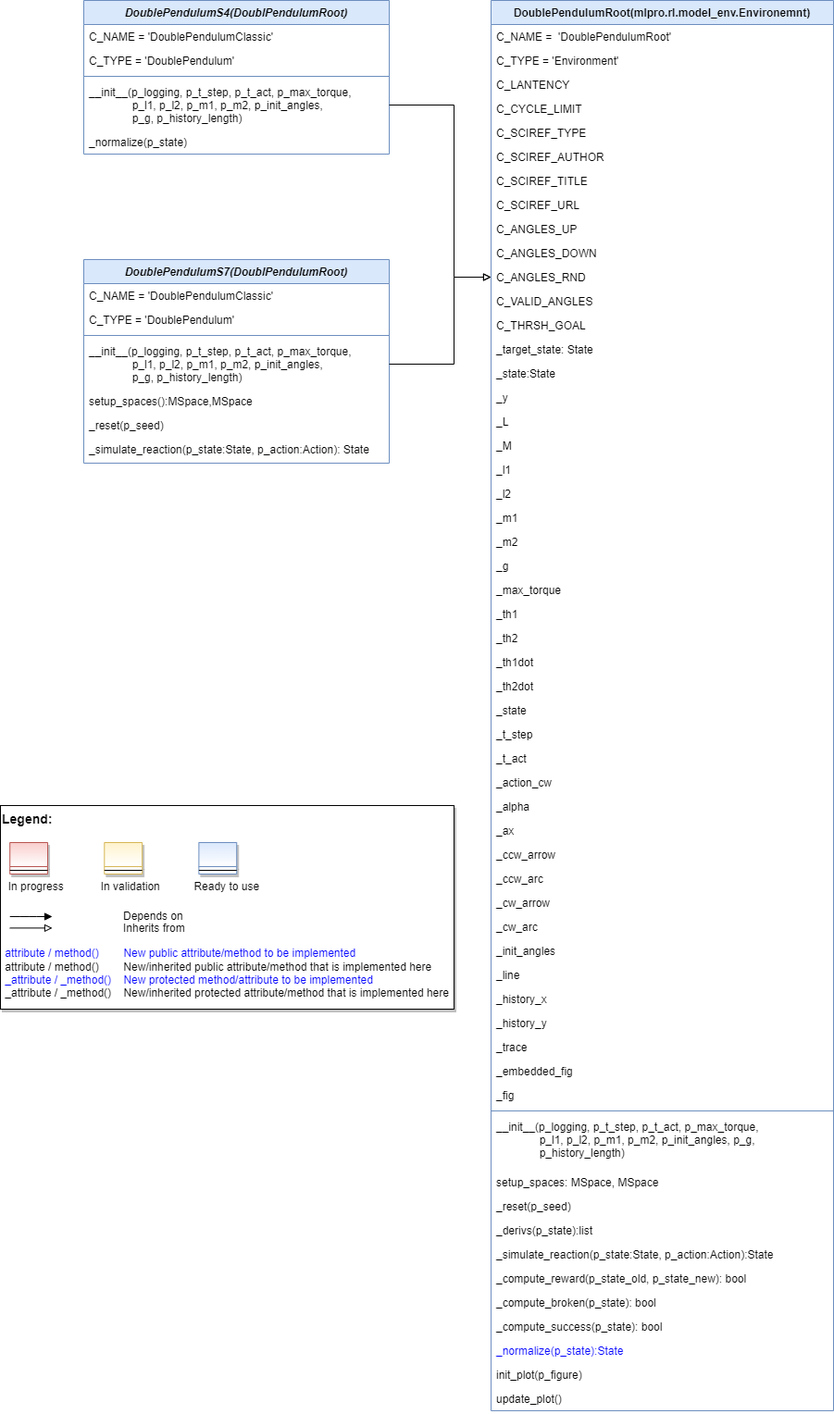
fhswf/MLPro keeps this draw.io diagram as doc/rtd/content/append2/pool/rl/images/MPro-RL-DoublePendulum-class-diagram.drawio.png. Above is the earlier version. Source tidied: cells renumbered, new cells last; positions are measured from the earlier drawing's top-left corner, leaving out a move shared by most shapes.
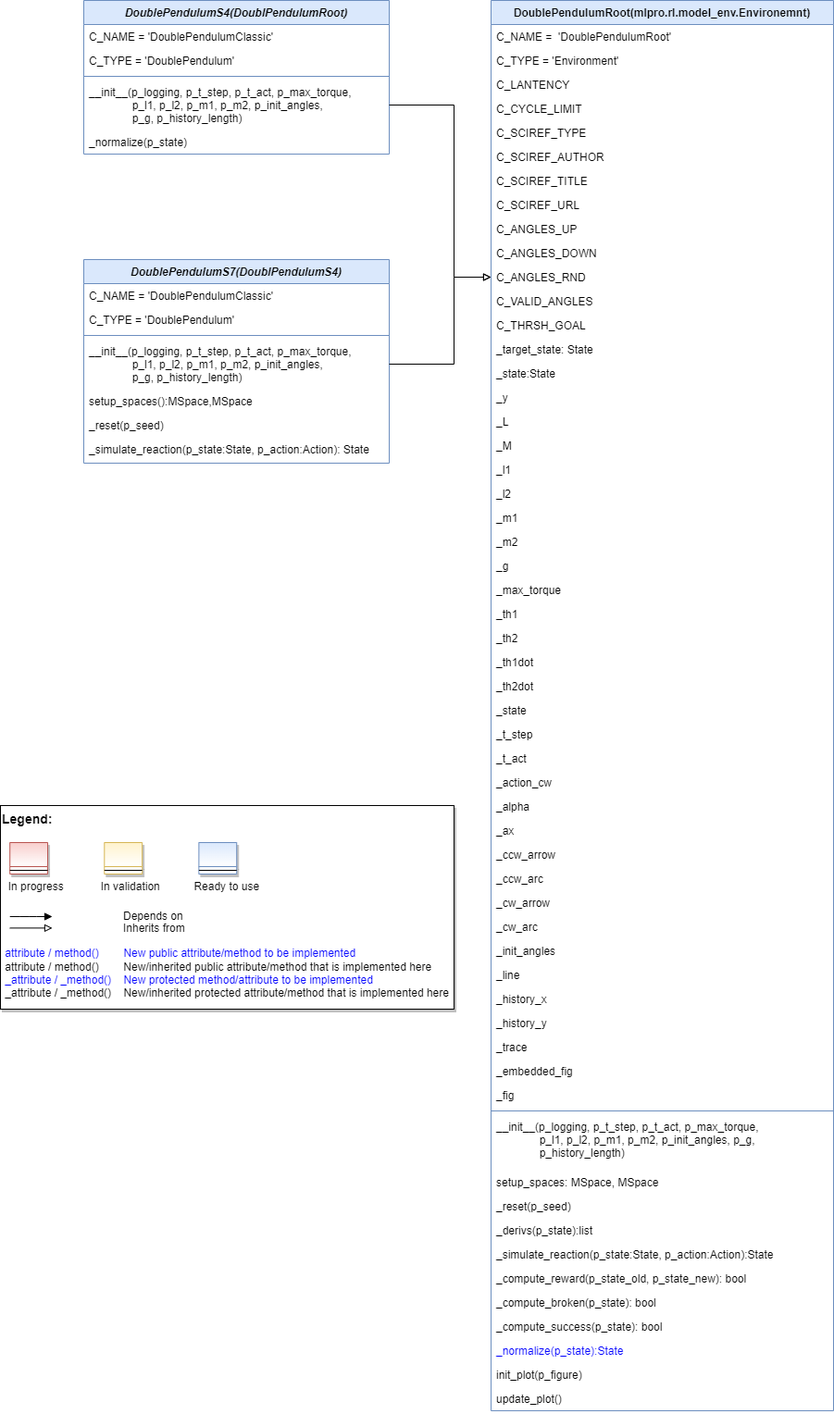
Above is the later version.

Commit message:
class diagram minor change

Change to the diagram source:
```diff
@@ -176,7 +176,7 @@
     <mxCell id="59" value="update_plot()" style="text;align=left;verticalAlign=top;spacingLeft=4;spacingRight=4;overflow=hidden;" parent="2" vertex="1">
       <mxGeometry y="1498" width="370" height="26" as="geometry" />
     </mxCell>
-    <mxCell id="60" value="DoublePendulumS7(DoublPendulumRoot)" style="swimlane;fontStyle=3;align=center;verticalAlign=top;horizontal=1;startSize=26;rounded=0;shadow=0;strokeWidth=1;fillColor=#dae8fc;strokeColor=#6c8ebf;" parent="1" vertex="1">
+    <mxCell id="60" value="DoublePendulumS7(DoublPendulumS4)" style="swimlane;fontStyle=3;align=center;verticalAlign=top;horizontal=1;startSize=26;rounded=0;shadow=0;strokeWidth=1;fillColor=#dae8fc;strokeColor=#6c8ebf;" parent="1" vertex="1">
       <mxGeometry x="90" y="280" width="330" height="220" as="geometry" />
     </mxCell>
     <mxCell id="61" value="C_NAME = 'DoublePendulumClassic'" style="text;align=left;verticalAlign=top;spacingLeft=4;spacingRight=4;overflow=hidden;" parent="60" vertex="1">
```
